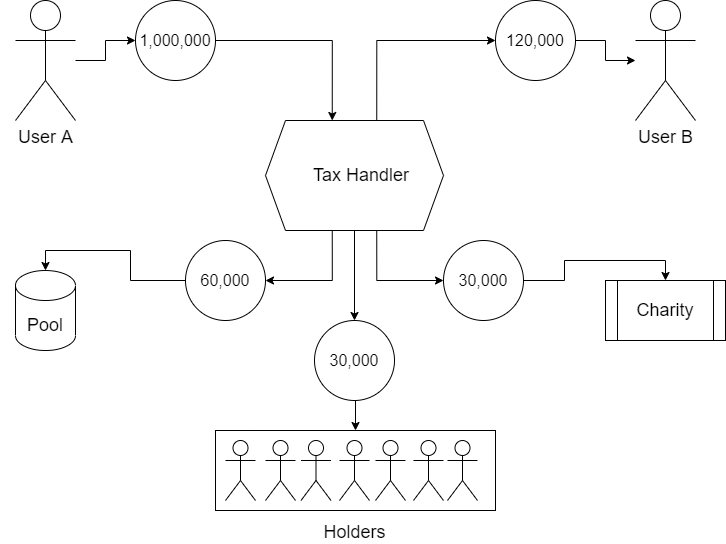
Earlier version of the draw.io export assets/images/token_pages/moonity/2_moonity_tx_example.png (BadAtBlockchain/badatblockchain.github.io). Source tidied: cells renumbered, new cells last; positions are measured from the earlier drawing's top-left corner, leaving out a move shared by most shapes.
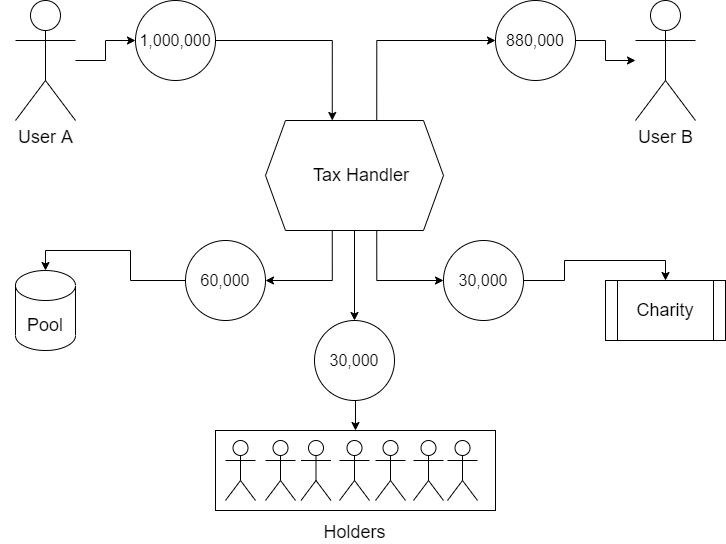
After the commit.

The edit, as a diff of the source:
```diff
@@ -47,7 +47,7 @@
     <mxCell id="16" style="edgeStyle=orthogonalEdgeStyle;rounded=0;jettySize=auto;html=1;fontSize=18;" parent="1" edge="1" source="17" target="5">
       <mxGeometry relative="1" as="geometry" />
     </mxCell>
-    <mxCell id="17" value="&lt;font style=&quot;font-size: 16px&quot;&gt;120,000&lt;/font&gt;" style="ellipse;whiteSpace=wrap;html=1;fontSize=18;" parent="1" vertex="1">
+    <mxCell id="17" value="&lt;font style=&quot;font-size: 16px&quot;&gt;880,000&lt;/font&gt;" style="ellipse;whiteSpace=wrap;html=1;fontSize=18;" parent="1" vertex="1">
       <mxGeometry x="495" width="80" height="80" as="geometry" />
     </mxCell>
     <mxCell id="18" value="Charity" style="shape=process;whiteSpace=wrap;html=1;backgroundOutline=1;fontSize=18;" parent="1" vertex="1">
```
